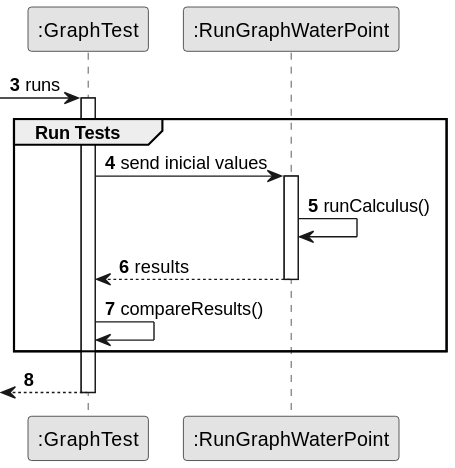
Before: docs/sprintB/us014/03.design/svg/us014-sequence-diagram-partial-run-tests.svg, a diagram exported from PlantUML (ricardomm7/leaflink). The source it was exported from:
```plantuml
@startuml
skinparam monochrome true
skinparam packageStyle rectangle
skinparam shadowing false

autonumber 3


participant ":GraphTest" as Test
participant ":RunGraphWaterPoint" as RunGraphWP
 -> Test : runs
                activate Test
                    group Run Tests
                    Test -> RunGraphWP: send inicial values
                activate RunGraphWP

                    RunGraphWP -> RunGraphWP: runCalculus()
                RunGraphWP --> Test : results
                deactivate RunGraphWP
                    Test -> Test : compareResults()
                    end
               <-- Test
                               deactivate Test
@enduml
```
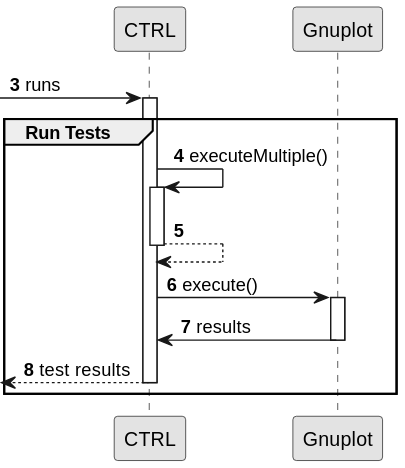
The same file after the commit.

What changed in the source:
```diff
@@ -6,19 +6,22 @@
 autonumber 3
 
 
-participant ":GraphTest" as Test
-participant ":RunGraphWaterPoint" as RunGraphWP
- -> Test : runs
-                activate Test
+
+ -> CTRL : runs
                     group Run Tests
-                    Test -> RunGraphWP: send inicial values
-                activate RunGraphWP
+activate CTRL
 
-                    RunGraphWP -> RunGraphWP: runCalculus()
-                RunGraphWP --> Test : results
-                deactivate RunGraphWP
-                    Test -> Test : compareResults()
+                CTRL -> CTRL : executeMultiple()
+                activate CTRL
+                CTRL --> CTRL
+                deactivate CTRL
+                CTRL -> Gnuplot : execute()
+                activate Gnuplot
+                Gnuplot -> CTRL : results
+                deactivate Gnuplot
+
+            <-- CTRL : test results
+
+        deactivate CTRL
                     end
-               <-- Test
-                               deactivate Test
 @enduml
```
